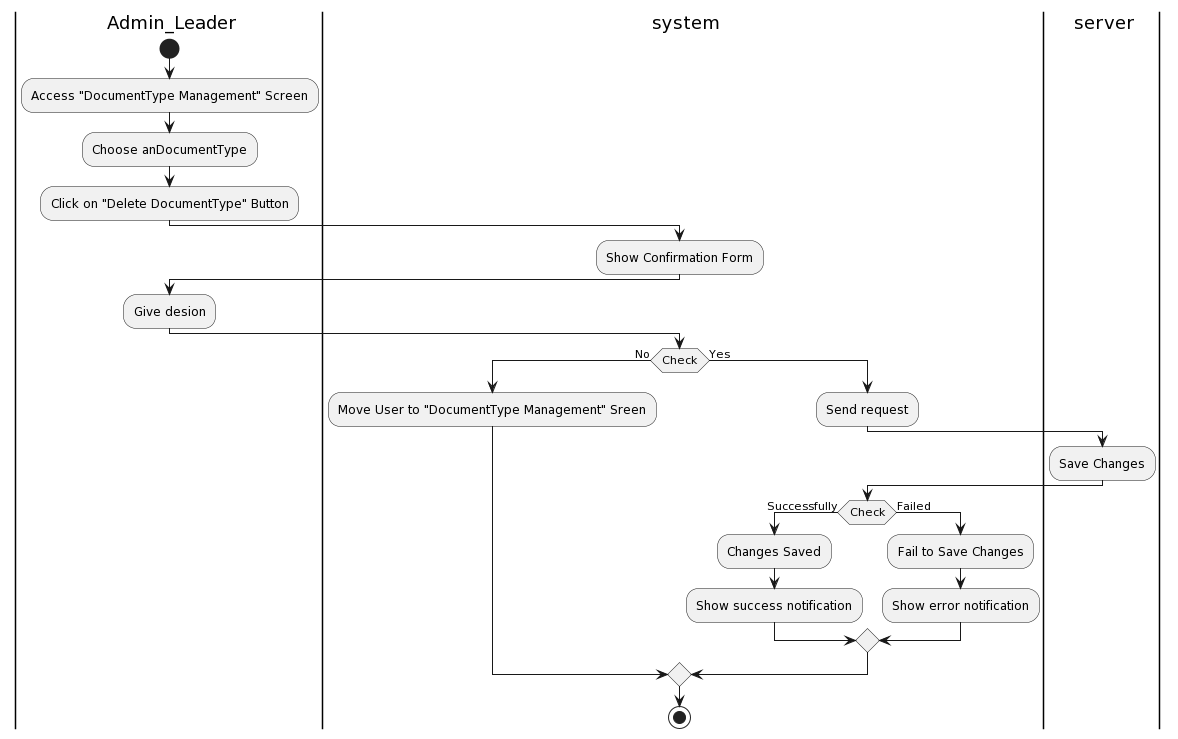
khoapham1003/SE357-Pratice-class keeps this PlantUML diagram as Lab1/Lab1.2/Activity Diagram/SystemManagement/DocumentTypeManagement/DeleteDocumentType/DeleteDocumentType.png. Above is the earlier version.
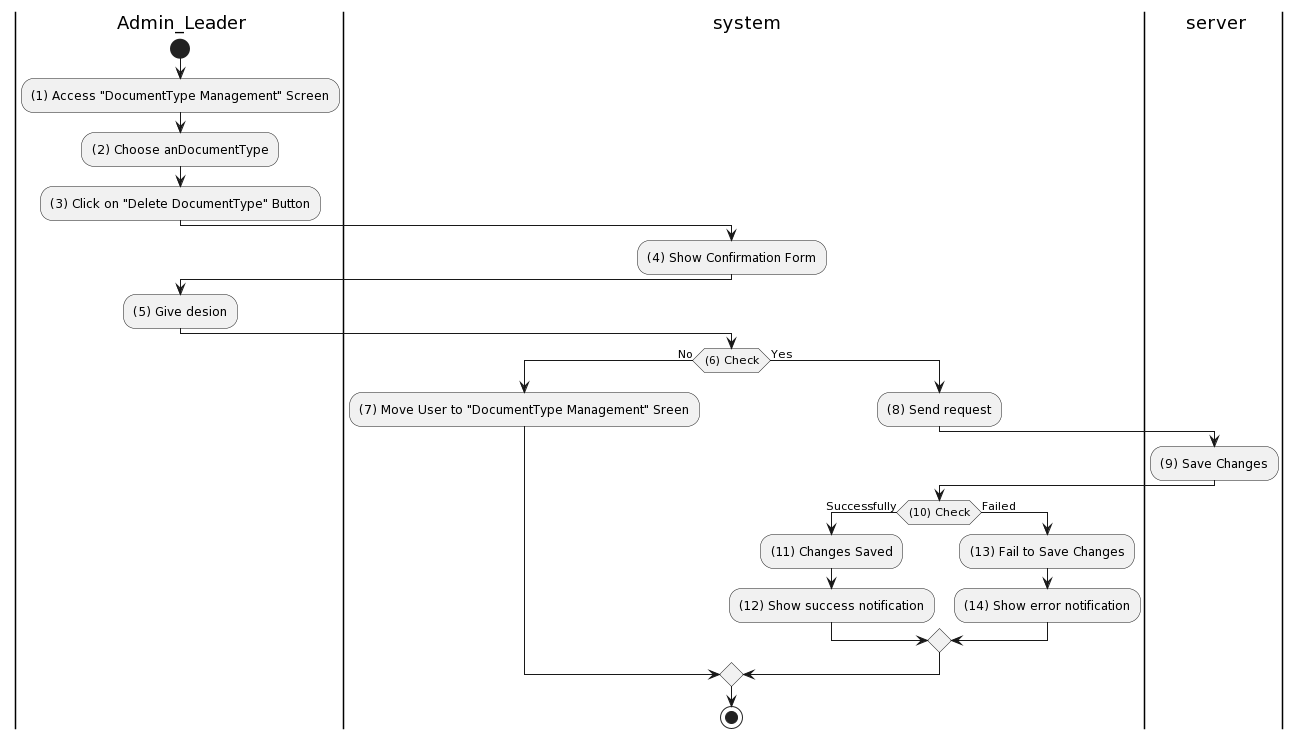
The same file after the commit.

Diff of the diagram source:
```diff
@@ -4,28 +4,28 @@
 |ser| server
 |a|
 start
-:Access "DocumentType Management" Screen;
-:Choose anDocumentType;
-:Click on "Delete DocumentType" Button;
+:(1) Access "DocumentType Management" Screen;
+:(2) Choose anDocumentType;
+:(3) Click on "Delete DocumentType" Button;
 |sys|
-:Show Confirmation Form;
+:(4) Show Confirmation Form;
 |a|
-:Give desion;
+:(5) Give desion;
 |sys|
-if (Check) then (No)
-:Move User to "DocumentType Management" Sreen;
+if ((6) Check) then (No)
+:(7) Move User to "DocumentType Management" Sreen;
 else (Yes)
 |sys|
-:Send request;
+:(8) Send request;
 |ser|
-:Save Changes;
+:(9) Save Changes;
 |sys|
-if(Check) then (Successfully)
-:Changes Saved;
-:Show success notification;
+if((10) Check) then (Successfully)
+:(11) Changes Saved;
+:(12) Show success notification;
 else (Failed)
-:Fail to Save Changes;
-:Show error notification;
+:(13) Fail to Save Changes;
+:(14) Show error notification;
 endif
 endif
 stop
```
